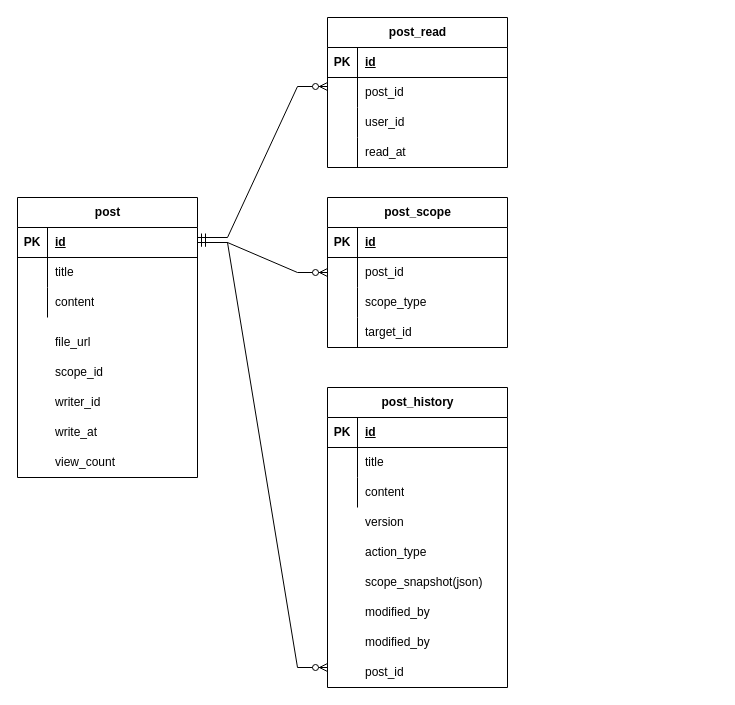
Earlier version of the draw.io diagram leaveEalry/게시판ERD.drawio (kikii-develope/system_architecture_design). Source tidied: cells renumbered, new cells numbered last; positions are measured from the earlier drawing's top-left corner, leaving out a move shared by most shapes. Both pictures are drawn from the tidied source at 100%, with x=0, y=0 at pixel (17, 17).
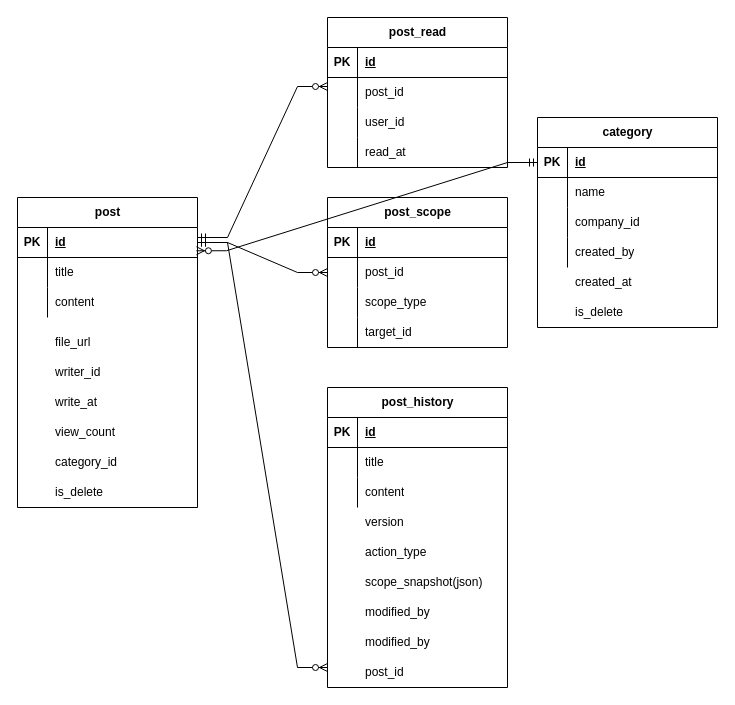
After the change.

Commit message:
게시판ERD.drawio이 추가되었습니다.

The change refers to these unchanged cells:
```xml
<mxCell id="16" style="shape=tableRow;horizontal=0;startSize=0;swimlaneHead=0;swimlaneBody=0;fillColor=none;points=[[0,0.5],[1,0.5]];portConstraint=eastwest;top=0;left=0;right=0;bottom=1;" parent="15" vertex="1">
  <mxGeometry y="30" width="180" height="30" as="geometry" />
</mxCell>
<mxCell id="34" style="shape=tableRow;horizontal=0;startSize=0;swimlaneHead=0;swimlaneBody=0;fillColor=none;top=0;left=0;right=0;bottom=0;" parent="1" vertex="1">
  <mxGeometry y="340" width="180" height="30" as="geometry" />
</mxCell>
<mxCell id="37" style="shape=tableRow;horizontal=0;startSize=0;swimlaneHead=0;swimlaneBody=0;fillColor=none;top=0;left=0;right=0;bottom=0;" parent="1" vertex="1">
  <mxGeometry y="370" width="180" height="60" as="geometry" />
</mxCell>
```

The edit, as a diff of the source:
```diff
@@
     <mxCell id="15" value="post" style="shape=table;startSize=30;childLayout=tableLayout;rowLines=0;fontStyle=1;align=center;html=1;" parent="1" vertex="1">
-      <mxGeometry y="180" width="180" height="280" as="geometry" />
+      <mxGeometry y="180" width="180" height="310" as="geometry" />
     </mxCell>
@@
-    <mxCell id="36" value="scope_id" style="shape=partialRectangle;fillColor=none;top=0;left=0;bottom=0;right=0;align=left;spacingLeft=6;overflow=hidden;whiteSpace=wrap;html=1;" parent="34" vertex="1">
-      <mxGeometry x="30" width="150" height="30" as="geometry" />
-    </mxCell>
@@
-    <mxCell id="39" value="writer_id" style="shape=partialRectangle;fillColor=none;top=0;left=0;bottom=0;right=0;align=left;spacingLeft=6;overflow=hidden;whiteSpace=wrap;html=1;" parent="37" vertex="1">
-      <mxGeometry x="30" width="150" height="30" as="geometry" />
-    </mxCell>
@@
     <mxCell id="57" value="write_at" style="shape=partialRectangle;fillColor=none;top=0;left=0;bottom=0;right=0;align=left;spacingLeft=6;overflow=hidden;whiteSpace=wrap;html=1;" parent="1" vertex="1">
-      <mxGeometry x="30" y="400" width="150" height="30" as="geometry" />
+      <mxGeometry x="30" y="370" width="150" height="30" as="geometry" />
     </mxCell>
@@
     <mxCell id="74" value="view_count" style="shape=partialRectangle;fillColor=none;top=0;left=0;bottom=0;right=0;align=left;spacingLeft=6;overflow=hidden;whiteSpace=wrap;html=1;" parent="1" vertex="1">
-      <mxGeometry x="30" y="430" width="150" height="30" as="geometry" />
+      <mxGeometry x="30" y="400" width="150" height="30" as="geometry" />
     </mxCell>
@@
+    <mxCell id="76" value="category_id" style="shape=partialRectangle;fillColor=none;top=0;left=0;bottom=0;right=0;align=left;spacingLeft=6;overflow=hidden;whiteSpace=wrap;html=1;" parent="1" vertex="1">
+      <mxGeometry x="30" y="430" width="150" height="30" as="geometry" />
+    </mxCell>
+    <mxCell id="77" value="category" style="shape=table;startSize=30;childLayout=tableLayout;rowLines=0;fontStyle=1;align=center;html=1;" parent="1" vertex="1">
+      <mxGeometry x="520" y="100" width="180" height="210" as="geometry" />
+    </mxCell>
+    <mxCell id="78" style="shape=tableRow;horizontal=0;startSize=0;swimlaneHead=0;swimlaneBody=0;fillColor=none;points=[[0,0.5],[1,0.5]];portConstraint=eastwest;top=0;left=0;right=0;bottom=1;" parent="77" vertex="1">
+      <mxGeometry y="30" width="180" height="30" as="geometry" />
+    </mxCell>
+    <mxCell id="79" value="PK" style="shape=partialRectangle;fillColor=none;top=0;left=0;bottom=0;right=0;fontStyle=1;overflow=hidden;whiteSpace=wrap;html=1;" parent="78" vertex="1">
+      <mxGeometry width="30" height="30" as="geometry" />
+    </mxCell>
+    <mxCell id="80" value="id" style="shape=partialRectangle;fillColor=none;top=0;left=0;bottom=0;right=0;align=left;spacingLeft=6;fontStyle=5;overflow=hidden;whiteSpace=wrap;html=1;" parent="78" vertex="1">
+      <mxGeometry x="30" width="150" height="30" as="geometry" />
+    </mxCell>
+    <mxCell id="81" style="shape=tableRow;horizontal=0;startSize=0;swimlaneHead=0;swimlaneBody=0;fillColor=none;top=0;left=0;right=0;bottom=0;" parent="77" vertex="1">
+      <mxGeometry y="60" width="180" height="30" as="geometry" />
+    </mxCell>
+    <mxCell id="82" style="shape=partialRectangle;fillColor=none;top=0;left=0;bottom=0;right=0;overflow=hidden;whiteSpace=wrap;html=1;" parent="81" vertex="1">
+      <mxGeometry width="30" height="30" as="geometry" />
+    </mxCell>
+    <mxCell id="83" value="name" style="shape=partialRectangle;fillColor=none;top=0;left=0;bottom=0;right=0;align=left;spacingLeft=6;overflow=hidden;whiteSpace=wrap;html=1;" parent="81" vertex="1">
+      <mxGeometry x="30" width="150" height="30" as="geometry" />
+    </mxCell>
+    <mxCell id="84" style="shape=tableRow;horizontal=0;startSize=0;swimlaneHead=0;swimlaneBody=0;fillColor=none;top=0;left=0;right=0;bottom=0;" parent="77" vertex="1">
+      <mxGeometry y="90" width="180" height="30" as="geometry" />
+    </mxCell>
+    <mxCell id="85" value="&lt;span style=&quot;white-space: pre;&quot;&gt;&#9;&lt;/span&gt;" style="shape=partialRectangle;fillColor=none;top=0;left=0;bottom=0;right=0;overflow=hidden;whiteSpace=wrap;html=1;" parent="84" vertex="1">
+      <mxGeometry width="30" height="30" as="geometry" />
+    </mxCell>
+    <mxCell id="86" value="company_id" style="shape=partialRectangle;fillColor=none;top=0;left=0;bottom=0;right=0;align=left;spacingLeft=6;overflow=hidden;whiteSpace=wrap;html=1;" parent="84" vertex="1">
+      <mxGeometry x="30" width="150" height="30" as="geometry" />
+    </mxCell>
+    <mxCell id="87" style="shape=tableRow;horizontal=0;startSize=0;swimlaneHead=0;swimlaneBody=0;fillColor=none;top=0;left=0;right=0;bottom=0;" parent="77" vertex="1">
+      <mxGeometry y="120" width="180" height="30" as="geometry" />
+    </mxCell>
+    <mxCell id="88" style="shape=partialRectangle;fillColor=none;top=0;left=0;bottom=0;right=0;overflow=hidden;whiteSpace=wrap;html=1;" parent="87" vertex="1">
+      <mxGeometry width="30" height="30" as="geometry" />
+    </mxCell>
+    <mxCell id="89" value="created_by" style="shape=partialRectangle;fillColor=none;top=0;left=0;bottom=0;right=0;align=left;spacingLeft=6;overflow=hidden;whiteSpace=wrap;html=1;" parent="87" vertex="1">
+      <mxGeometry x="30" width="150" height="30" as="geometry" />
+    </mxCell>
+    <mxCell id="90" style="edgeStyle=entityRelationEdgeStyle;fontSize=12;html=1;endArrow=ERzeroToMany;startArrow=ERmandOne;rounded=0;entryX=0.994;entryY=0.775;entryDx=0;entryDy=0;entryPerimeter=0;exitX=0;exitY=0.5;exitDx=0;exitDy=0;" parent="1" edge="1" source="78" target="16">
+      <mxGeometry relative="1" as="geometry" />
+    </mxCell>
+    <mxCell id="39" value="writer_id" style="shape=partialRectangle;fillColor=none;top=0;left=0;bottom=0;right=0;align=left;spacingLeft=6;overflow=hidden;whiteSpace=wrap;html=1;" parent="1" vertex="1">
+      <mxGeometry x="30" y="340" width="150" height="30" as="geometry" />
+    </mxCell>
+    <mxCell id="91" value="created_at" style="shape=partialRectangle;fillColor=none;top=0;left=0;bottom=0;right=0;align=left;spacingLeft=6;overflow=hidden;whiteSpace=wrap;html=1;" parent="1" vertex="1">
+      <mxGeometry x="550" y="250" width="150" height="30" as="geometry" />
+    </mxCell>
+    <mxCell id="92" value="is_delete" style="shape=partialRectangle;fillColor=none;top=0;left=0;bottom=0;right=0;align=left;spacingLeft=6;overflow=hidden;whiteSpace=wrap;html=1;" parent="1" vertex="1">
+      <mxGeometry x="550" y="280" width="150" height="30" as="geometry" />
+    </mxCell>
+    <mxCell id="93" value="is_delete" style="shape=partialRectangle;fillColor=none;top=0;left=0;bottom=0;right=0;align=left;spacingLeft=6;overflow=hidden;whiteSpace=wrap;html=1;" parent="1" vertex="1">
+      <mxGeometry x="30" y="460" width="150" height="30" as="geometry" />
+    </mxCell>
```
